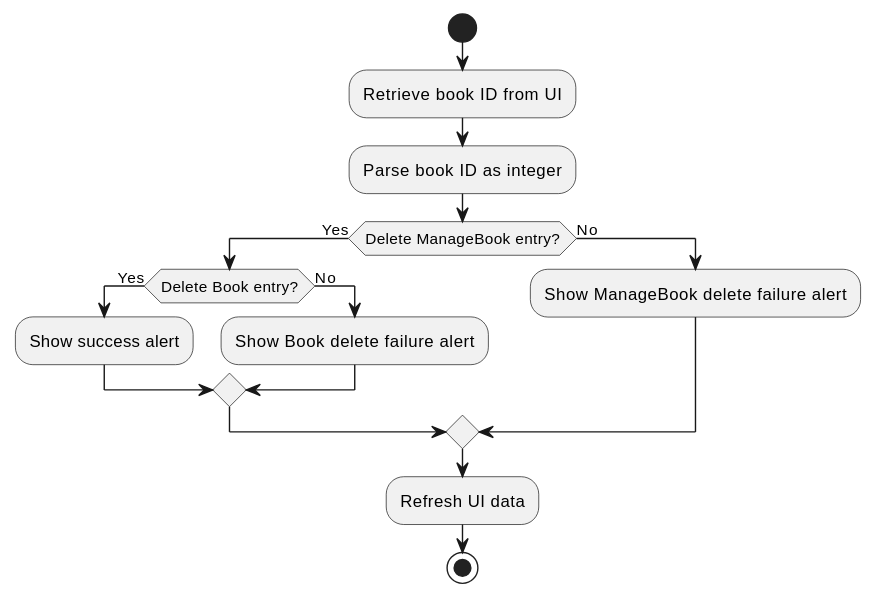
viettq1997/library-management-system keeps this PlantUML diagram as docs/design/books/deletebook.svg. Above is the earlier version. The source it was exported from:
```plantuml
@startuml
start
:Retrieve book ID from UI;
:Parse book ID as integer;
if (Delete ManageBook entry?) then (Yes)
    if (Delete Book entry?) then (Yes)
        :Show success alert;
    else (No)
        :Show Book delete failure alert;
    endif
else (No)
    :Show ManageBook delete failure alert;
endif
:Refresh UI data;
stop
@enduml
```
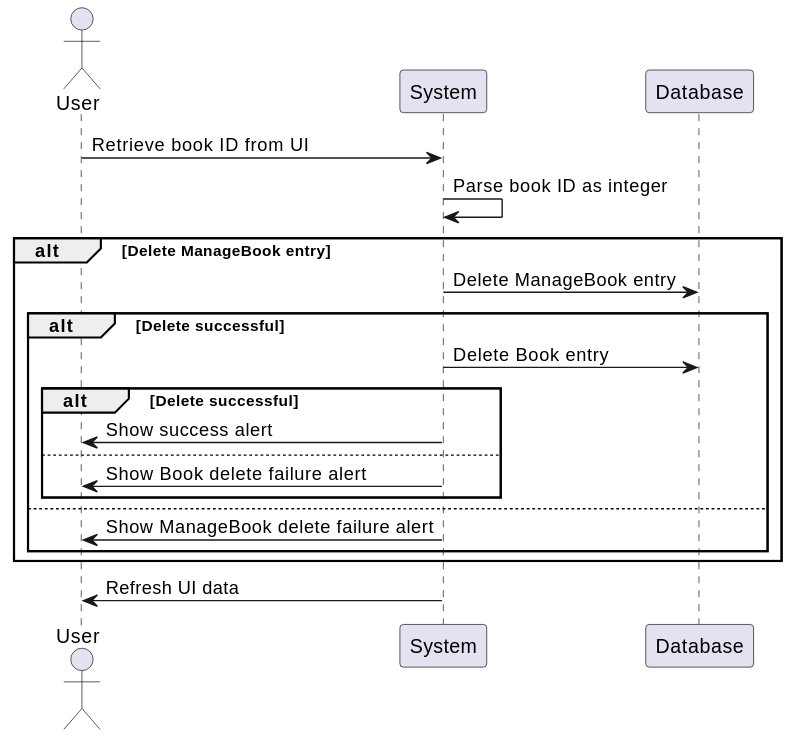
After the commit.

Change to the diagram source:
```diff
@@ -1,16 +1,24 @@
 @startuml
-start
-:Retrieve book ID from UI;
-:Parse book ID as integer;
-if (Delete ManageBook entry?) then (Yes)
-    if (Delete Book entry?) then (Yes)
-        :Show success alert;
-    else (No)
-        :Show Book delete failure alert;
-    endif
-else (No)
-    :Show ManageBook delete failure alert;
-endif
-:Refresh UI data;
-stop
+actor User
+participant "System" as System
+participant "Database" as DB
+
+User -> System: Retrieve book ID from UI
+System -> System: Parse book ID as integer
+
+alt Delete ManageBook entry
+  System -> DB: Delete ManageBook entry
+  alt Delete successful
+    System -> DB: Delete Book entry
+    alt Delete successful
+      System -> User: Show success alert
+    else
+      System -> User: Show Book delete failure alert
+    end
+  else
+    System -> User: Show ManageBook delete failure alert
+  end
+end
+
+System -> User: Refresh UI data
 @enduml
```
